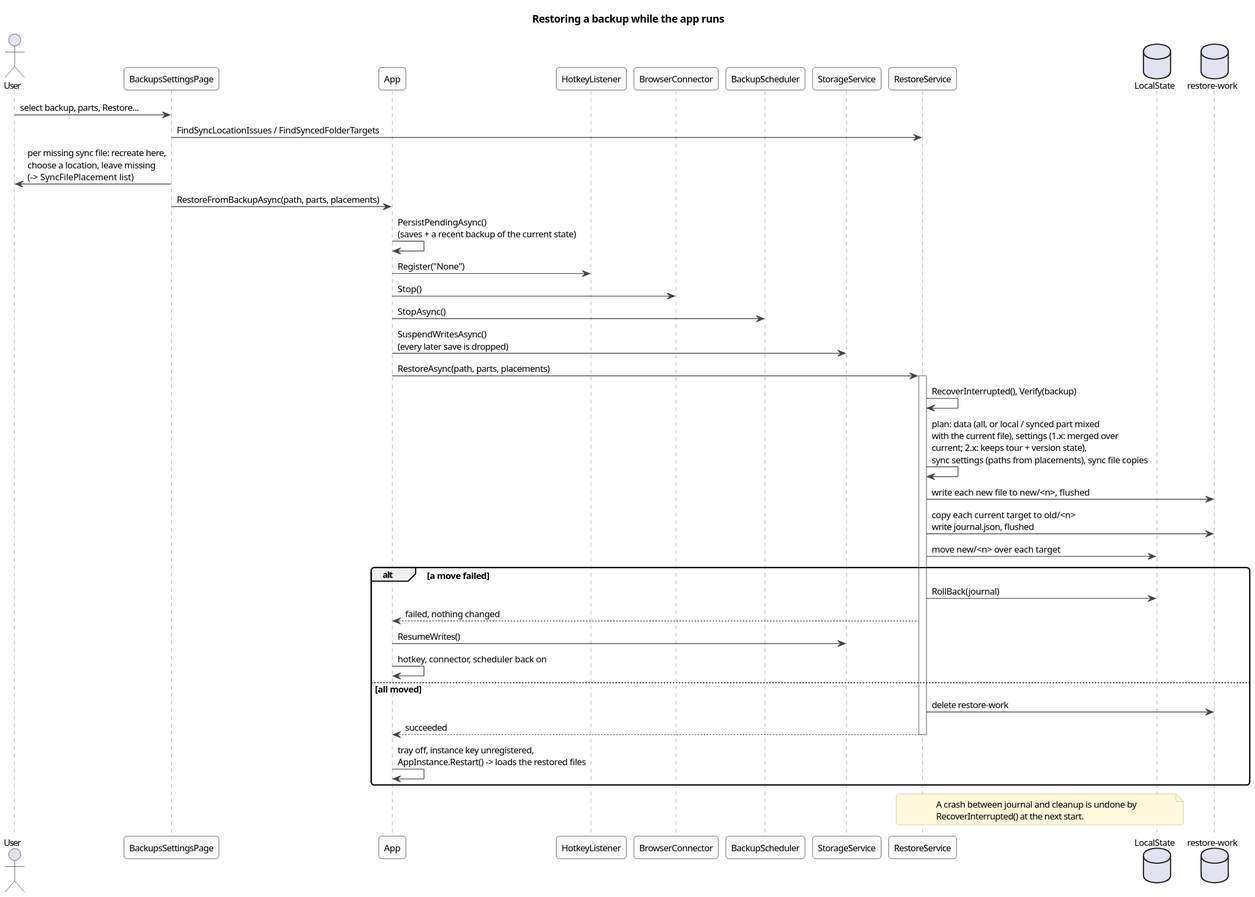
halatsWol/TextTemplateManager-v2 keeps this PlantUML diagram as docs/architecture/diagrams/seq-restore.svg. Above is the earlier version.
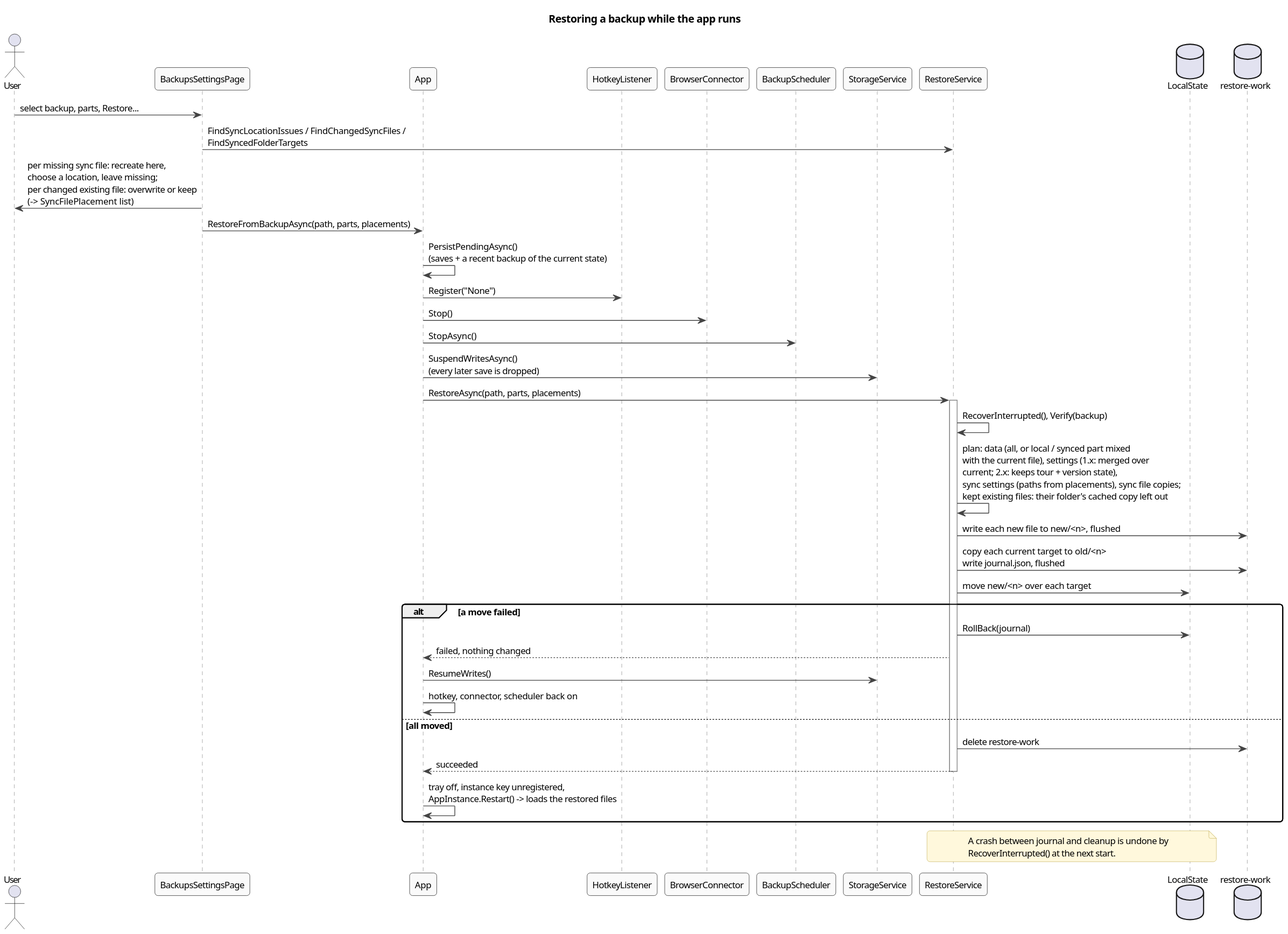
After the change.

Commit message:
restore: ask to overwrite or keep a sync file that changed since the backup; a kept file stays the only source of its folder

The edit, as a diff of the source:
```diff
@@ -14,8 +14,8 @@
 database "restore-work" as Work
 
 User -> Page : select backup, parts, Restore...
-Page -> RestoreService : FindSyncLocationIssues / FindSyncedFolderTargets
-Page -> User : per missing sync file: recreate here,\nchoose a location, leave missing\n(-> SyncFilePlacement list)
+Page -> RestoreService : FindSyncLocationIssues / FindChangedSyncFiles /\nFindSyncedFolderTargets
+Page -> User : per missing sync file: recreate here,\nchoose a location, leave missing;\nper changed existing file: overwrite or keep\n(-> SyncFilePlacement list)
 Page -> App : RestoreFromBackupAsync(path, parts, placements)
 App -> App : PersistPendingAsync()\n(saves + a recent backup of the current state)
 App -> HotkeyListener : Register("None")
@@ -25,7 +25,7 @@
 App -> RestoreService : RestoreAsync(path, parts, placements)
 activate RestoreService
 RestoreService -> RestoreService : RecoverInterrupted(), Verify(backup)
-RestoreService -> RestoreService : plan: data (all, or local / synced part mixed\nwith the current file), settings (1.x: merged over\ncurrent; 2.x: keeps tour + version state),\nsync settings (paths from placements), sync file copies
+RestoreService -> RestoreService : plan: data (all, or local / synced part mixed\nwith the current file), settings (1.x: merged over\ncurrent; 2.x: keeps tour + version state),\nsync settings (paths from placements), sync file copies;\nkept existing files: their folder's cached copy left out
 RestoreService -> Work : write each new file to new/<n>, flushed
 RestoreService -> Work : copy each current target to old/<n>\nwrite journal.json, flushed
 RestoreService -> Files : move new/<n> over each target
```
